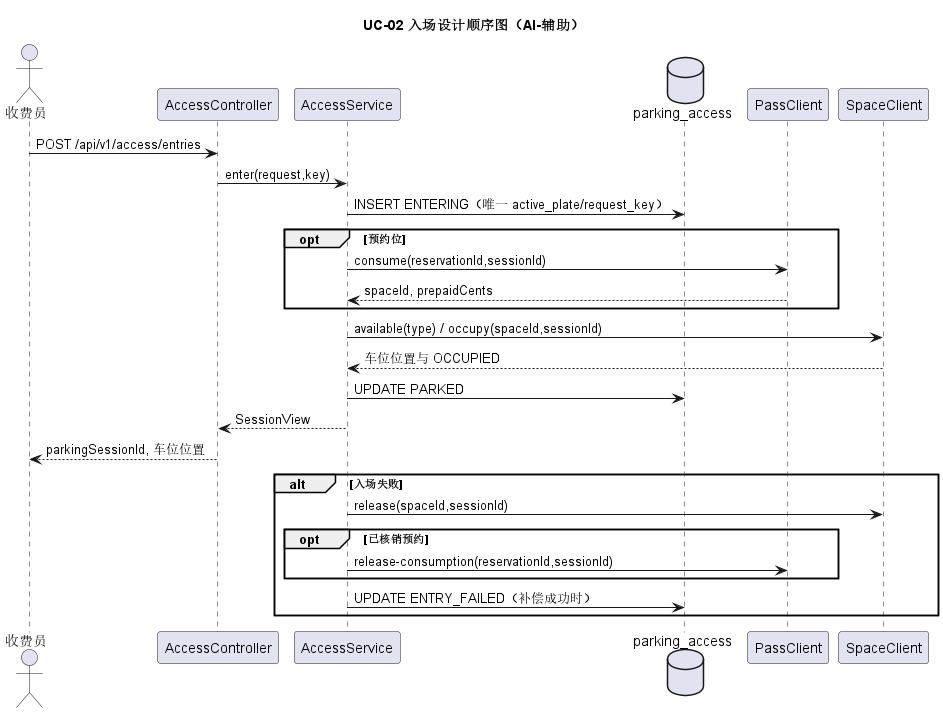
Gindama713/UMLWORK keeps this PlantUML diagram as models/rendered/06-entry-design-sequence.png. Above is the earlier version.
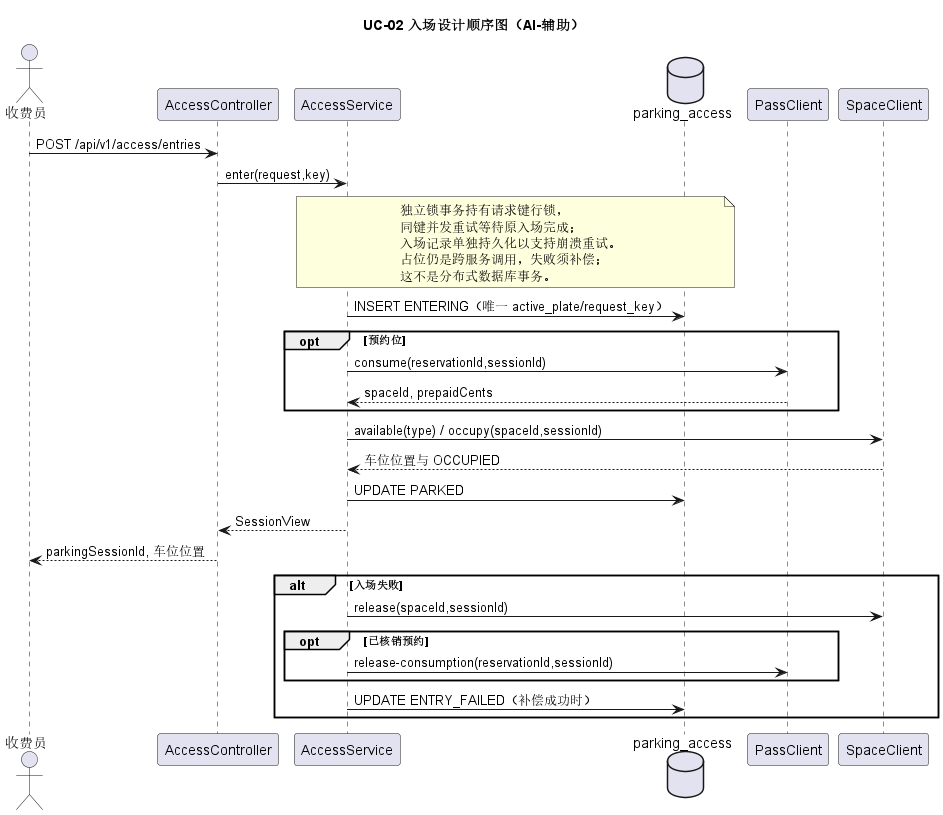
After the commit.

Commit message:
Serialize concurrent entry retries without rolling back entry intent

The edit, as a diff of the source:
```diff
@@ -8,6 +8,13 @@
 participant "SpaceClient" as space
 收费员 -> controller : POST /api/v1/access/entries
 controller -> access : enter(request,key)
+note over access,db
+  独立锁事务持有请求键行锁，
+  同键并发重试等待原入场完成；
+  入场记录单独持久化以支持崩溃重试。
+  占位仍是跨服务调用，失败须补偿；
+  这不是分布式数据库事务。
+end note
 access -> db : INSERT ENTERING（唯一 active_plate/request_key）
 opt 预约位
   access -> pass : consume(reservationId,sessionId)
```
